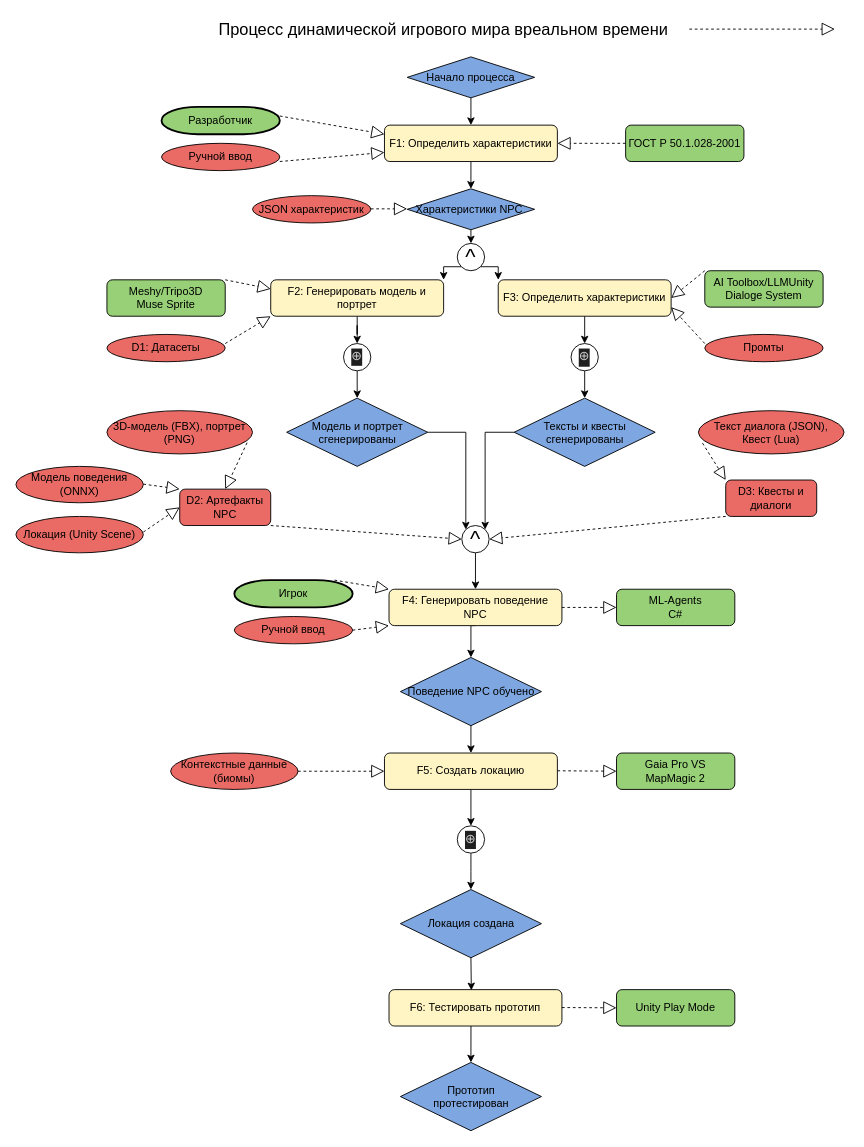
Before: EPC.drawio in Slavik993/Diplom_Shebanov_2026, a draw.io diagram. Source tidied: cells renumbered, new cells numbered last; positions are measured from the earlier drawing's top-left corner, leaving out a move shared by most shapes. Both pictures are drawn from the tidied source at 91%, with x=0, y=0 at pixel (15, 15).
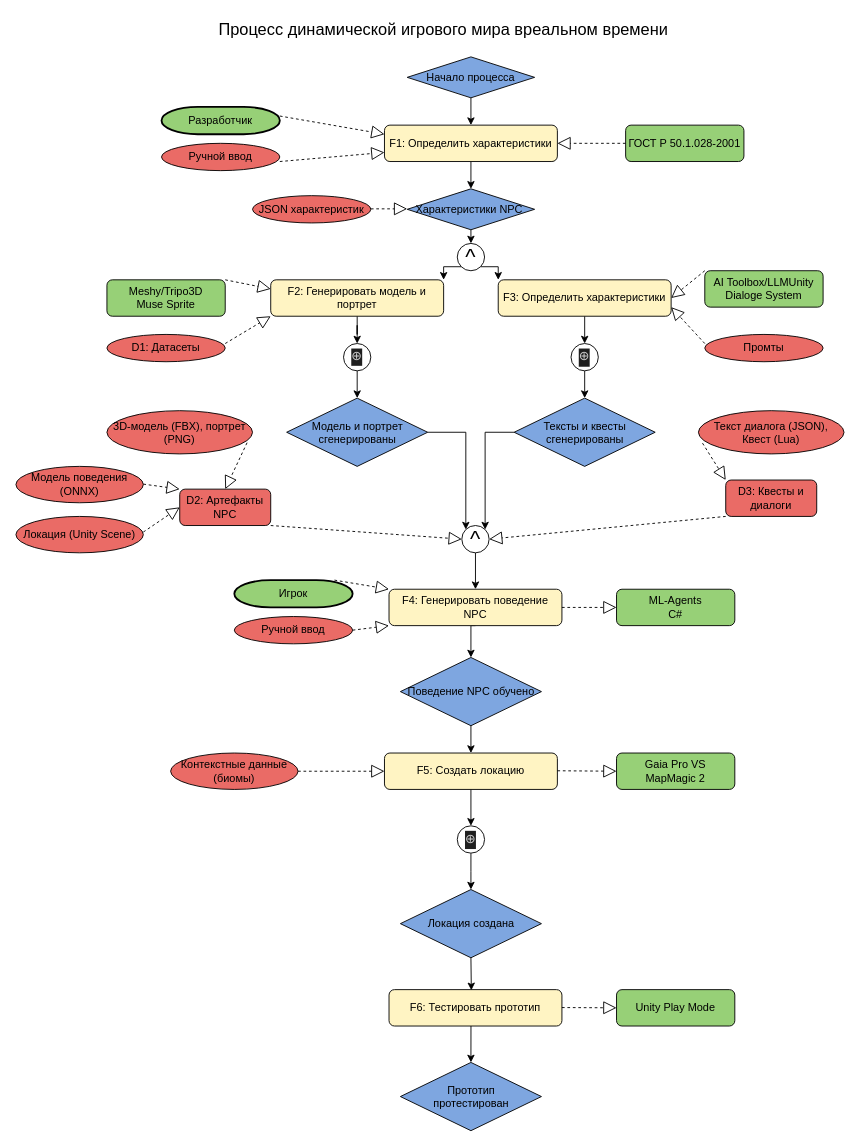
After the change.

Change to the diagram source:
```diff
@@
-    <mxCell id="12" style="endArrow=block;dashed=1;endFill=0;endSize=12;html=1;rounded=0;" parent="1" edge="1">
-      <mxGeometry relative="1" as="geometry">
-        <mxPoint x="740" y="14.5" as="sourcePoint" />
-        <mxPoint x="900" y="14.5" as="targetPoint" />
-      </mxGeometry>
-    </mxCell>
```
